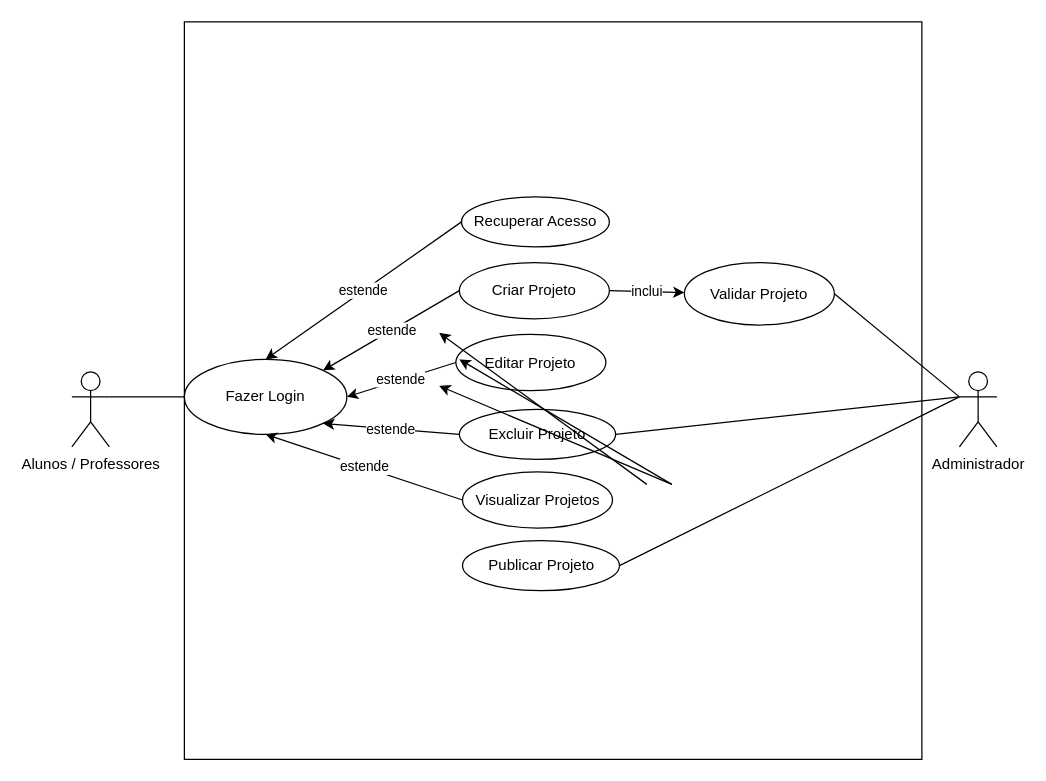
Before: casosdeuso.drawio in JairC1999/SAPF, a draw.io diagram. Source tidied: cells renumbered, new cells numbered last; positions are measured from the earlier drawing's top-left corner, leaving out a move shared by most shapes. Both pictures are drawn from the tidied source at 125%, with x=0, y=0 at pixel (71, 21).
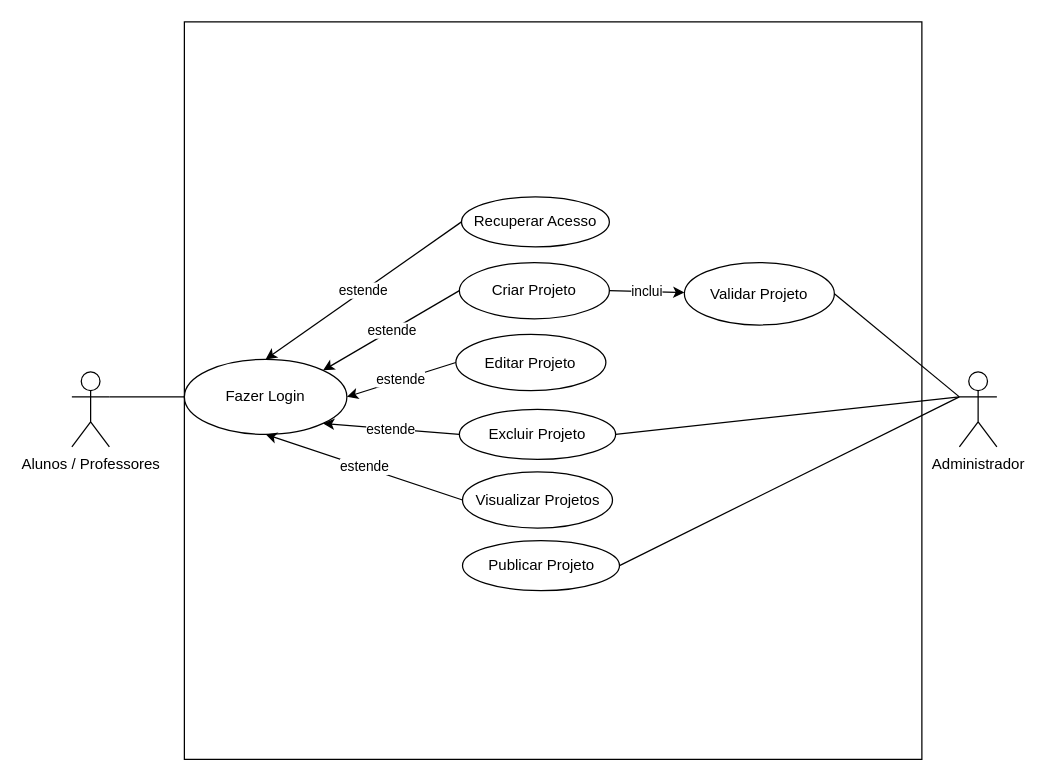
After the change.

Commit message:
mexi sem querer

Diff of the diagram source:
```diff
@@
-    <mxCell id="9" style="endArrow=classic;html=1;exitX=0;exitY=0.5;exitDx=0;exitDy=0;entryX=1;entryY=0;entryDx=0;entryDy=0;" parent="1" edge="1">
-      <mxGeometry relative="1" as="geometry">
-        <mxPoint x="460" y="370" as="sourcePoint" />
-        <mxPoint x="293.9" y="248.8" as="targetPoint" />
-      </mxGeometry>
-    </mxCell>
-    <mxCell id="10" style="endArrow=classic;html=1;exitX=0;exitY=0.5;exitDx=0;exitDy=0;entryX=1;entryY=0.5;entryDx=0;entryDy=0;" parent="1" edge="1">
-      <mxGeometry relative="1" as="geometry">
-        <mxPoint x="480" y="370" as="sourcePoint" />
-        <mxPoint x="310" y="270" as="targetPoint" />
-      </mxGeometry>
-    </mxCell>
-    <mxCell id="11" style="endArrow=classic;html=1;exitX=0;exitY=0.5;exitDx=0;exitDy=0;entryX=1;entryY=1;entryDx=0;entryDy=0;" parent="1" edge="1">
-      <mxGeometry relative="1" as="geometry">
-        <mxPoint x="480" y="370" as="sourcePoint" />
-        <mxPoint x="293.9" y="291.2" as="targetPoint" />
-      </mxGeometry>
-    </mxCell>
```
